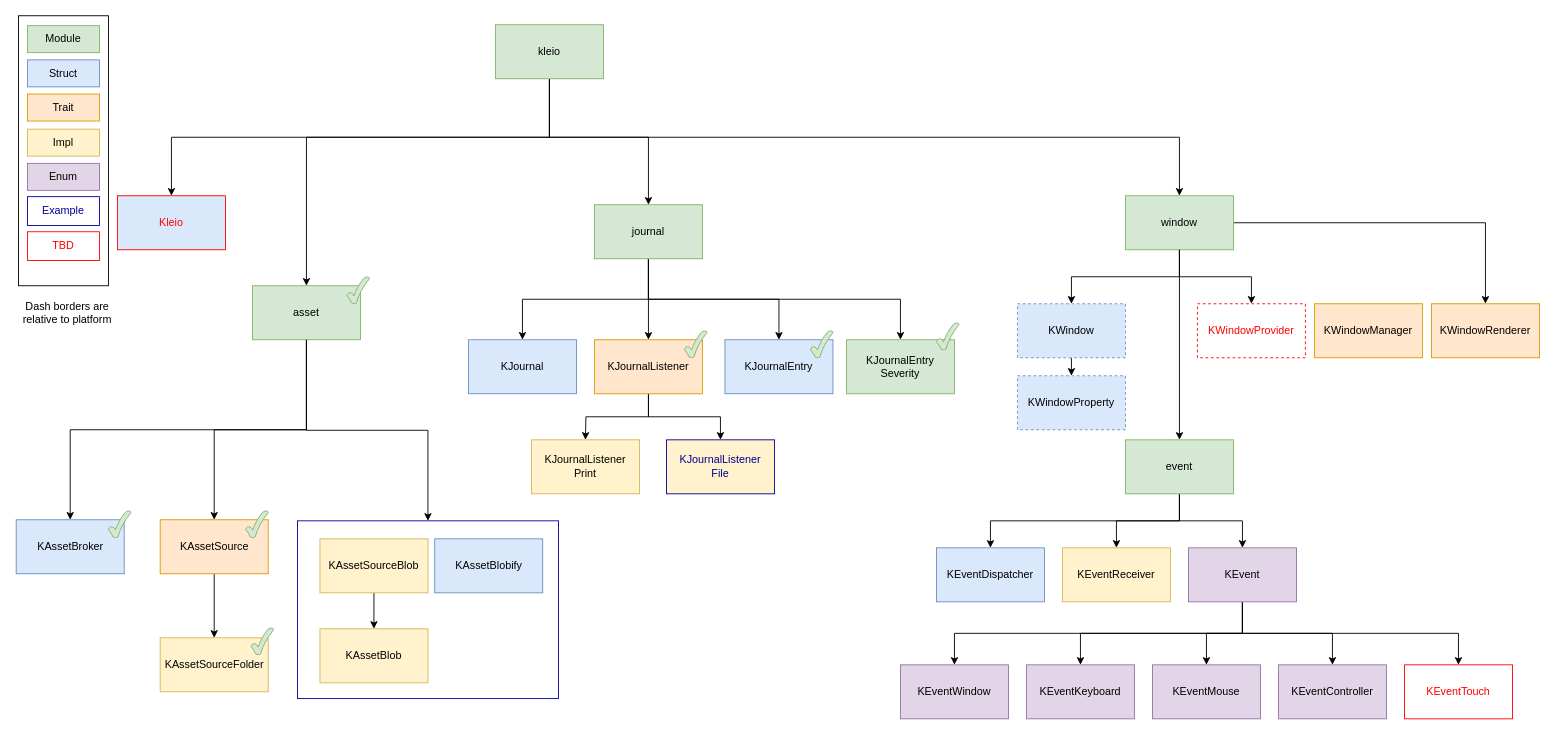
Above: diagram/kleio.drawio in NickelAngeStudio/kleio (draw.io), before the change. Source tidied: cells renumbered, new cells numbered last; positions are measured from the earlier drawing's top-left corner, leaving out a move shared by most shapes. Both pictures are drawn from the tidied source at 90%, with x=0, y=0 at pixel (16, 15).
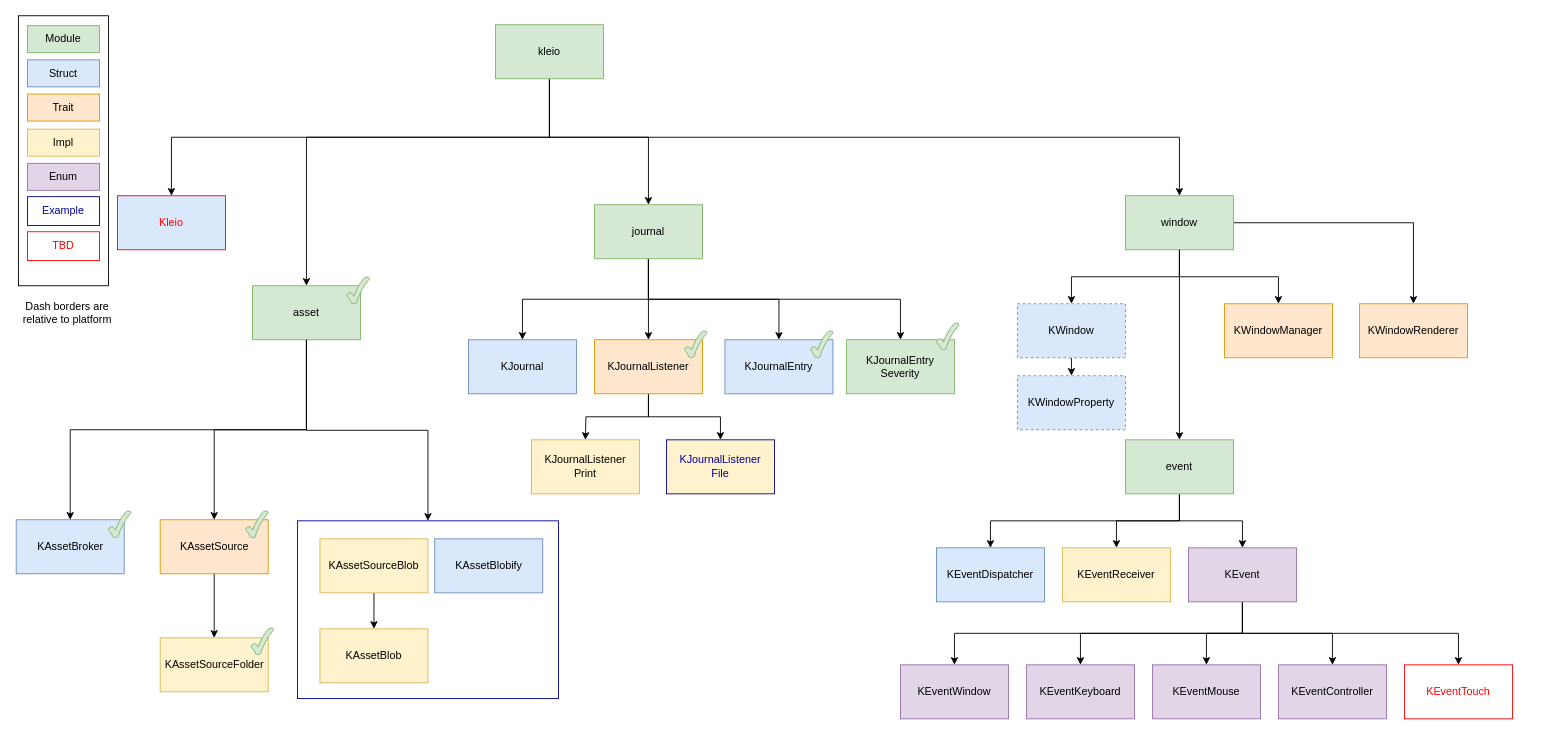
Above is the later version.

Unchanged cells that the change refers to:
```xml
<mxCell id="24" value="window" style="rounded=0;whiteSpace=wrap;html=1;fillColor=#d5e8d4;strokeColor=#82b366;" parent="1" vertex="1">
  <mxGeometry x="1232" y="200" width="120" height="60" as="geometry" />
</mxCell>
```

What changed in the source:
```diff
@@
-    <mxCell id="25" value="KWindowProvider" style="rounded=0;whiteSpace=wrap;html=1;dashed=1;strokeColor=#FF0000;fontColor=#FF0000;fillColor=#FFFFFF;" parent="1" vertex="1">
-      <mxGeometry x="1312" y="320" width="120" height="60" as="geometry" />
-    </mxCell>
-    <mxCell id="26" style="edgeStyle=orthogonalEdgeStyle;rounded=0;jettySize=auto;html=1;exitX=0.5;exitY=1;exitDx=0;exitDy=0;entryX=0.5;entryY=0;entryDx=0;entryDy=0;" parent="1" edge="1" source="24" target="25">
+    <mxCell id="26" style="edgeStyle=orthogonalEdgeStyle;rounded=0;jettySize=auto;html=1;exitX=0.5;exitY=1;exitDx=0;exitDy=0;entryX=0.5;entryY=0;entryDx=0;entryDy=0;" parent="1" edge="1" source="24" target="76">
       <mxGeometry x="1065" y="220" as="geometry" />
     </mxCell>
@@
     <mxCell id="76" value="KWindowManager" style="rounded=0;whiteSpace=wrap;html=1;fillColor=#ffe6cc;strokeColor=#d79b00;" parent="1" vertex="1">
-      <mxGeometry x="1442" y="320" width="120" height="60" as="geometry" />
+      <mxGeometry x="1342" y="320" width="120" height="60" as="geometry" />
     </mxCell>
     <mxCell id="77" value="KWindowRenderer" style="rounded=0;whiteSpace=wrap;html=1;fillColor=#ffe6cc;strokeColor=#d79b00;" parent="1" vertex="1">
-      <mxGeometry x="1572" y="320" width="120" height="60" as="geometry" />
+      <mxGeometry x="1492" y="320" width="120" height="60" as="geometry" />
     </mxCell>
```
